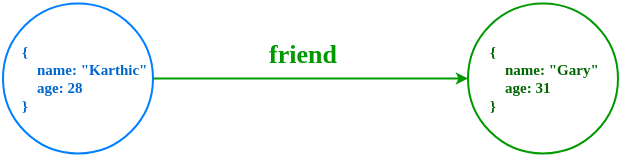
Before: 1-getting-started/assets/graph-1.png, a diagram exported from draw.io (dgraph-io/workshop). Source tidied: cells renumbered, new cells last; positions are measured from the earlier drawing's top-left corner, leaving out a move shared by most shapes.
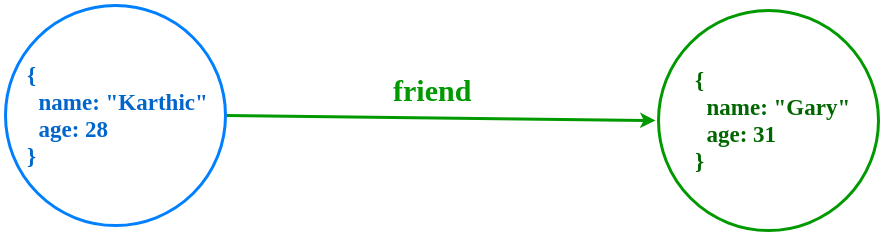
Later version of the same file.

The edit, as a diff of the source:
```diff
@@ -2,25 +2,25 @@
   <root>
     <mxCell id="0" />
     <mxCell id="1" parent="0" />
-    <mxCell id="2" style="ellipse;whiteSpace=wrap;html=1;labelBorderColor=#FF0000;labelBackgroundColor=#ffffff;strokeColor=#009900;strokeWidth=2;" parent="1" vertex="1">
-      <mxGeometry x="465.5" width="150" height="150" as="geometry" />
-    </mxCell>
-    <mxCell id="3" style="ellipse;whiteSpace=wrap;html=1;fontColor=#FF0000;labelBorderColor=#FF0000;labelBackgroundColor=#ffffff;strokeWidth=2;strokeColor=#007FFF;" parent="1" vertex="1">
-      <mxGeometry x="0.5" width="150" height="150" as="geometry" />
-    </mxCell>
+    <mxCell id="8" style="endArrow=classic;html=1;strokeColor=#009900;strokeWidth=3;fontFamily=Verdana;fontSize=35;fontColor=#0066CC;exitX=1;exitY=0.5;exitDx=0;exitDy=0;" parent="1" edge="1" source="10">
+      <mxGeometry relative="1" as="geometry">
+        <mxPoint x="849" y="45" as="targetPoint" />
+      </mxGeometry>
+    </mxCell>
+    <mxCell id="9" style="ellipse;whiteSpace=wrap;html=1;labelBorderColor=#FF0000;labelBackgroundColor=#ffffff;strokeColor=#009900;strokeWidth=3;" parent="1" vertex="1">
+      <mxGeometry x="852" y="-65" width="220" height="220" as="geometry" />
+    </mxCell>
+    <mxCell id="10" style="ellipse;whiteSpace=wrap;html=1;fontColor=#FF0000;labelBorderColor=#FF0000;labelBackgroundColor=#ffffff;strokeWidth=3;strokeColor=#007FFF;" parent="1" vertex="1">
+      <mxGeometry x="199" y="-70" width="220" height="220" as="geometry" />
+    </mxCell>
-    <mxCell id="4" value="&lt;p&gt;&lt;font style=&quot;font-size: 26px&quot;&gt;&lt;b&gt;friend&lt;/b&gt;&lt;/font&gt;&lt;/p&gt;" style="text;html=1;align=center;verticalAlign=middle;fillColor=none;strokeColor=none;rounded=0;fontFamily=Verdana;fontStyle=0;fontColor=#009900;labelBackgroundColor=none;labelBorderColor=none;" parent="1" vertex="1">
-      <mxGeometry x="260.5" y="25" width="80" height="50" as="geometry" />
+    <mxCell id="4" value="&lt;p&gt;&lt;font size=&quot;1&quot;&gt;&lt;b style=&quot;font-size: 30px&quot;&gt;friend&lt;/b&gt;&lt;/font&gt;&lt;/p&gt;" style="text;html=1;align=center;verticalAlign=middle;fillColor=none;strokeColor=none;rounded=0;fontFamily=Verdana;fontStyle=0;fontColor=#009900;labelBackgroundColor=none;labelBorderColor=none;strokeWidth=3;" parent="1" vertex="1">
+      <mxGeometry x="580.5" y="-10" width="90" height="50" as="geometry" />
     </mxCell>
-    <mxCell id="5" value="{&lt;br style=&quot;font-size: 15px;&quot;&gt;&amp;nbsp; &amp;nbsp; name: &quot;Karthic&quot;&lt;br style=&quot;font-size: 15px;&quot;&gt;&amp;nbsp; &amp;nbsp; age: 28&lt;br style=&quot;font-size: 15px;&quot;&gt;}" style="text;html=1;align=left;verticalAlign=middle;fillColor=none;strokeColor=none;rounded=0;labelBackgroundColor=none;fontFamily=Verdana;fontSize=15;fontColor=#0066CC;fontStyle=1;" parent="1" vertex="1">
-      <mxGeometry x="17.5" y="35" width="140" height="80" as="geometry" />
+    <mxCell id="5" value="&lt;font style=&quot;font-size: 23px&quot;&gt;{&lt;br style=&quot;font-size: 23px;&quot;&gt;&amp;nbsp; name: &quot;Karthic&quot;&lt;br style=&quot;font-size: 23px;&quot;&gt;&amp;nbsp; age: 28&lt;br style=&quot;font-size: 23px;&quot;&gt;}&lt;/font&gt;" style="text;html=1;align=left;verticalAlign=middle;fillColor=none;strokeColor=none;rounded=0;labelBackgroundColor=none;fontFamily=Verdana;fontSize=23;fontColor=#0066CC;fontStyle=1;strokeWidth=3;" parent="1" vertex="1">
+      <mxGeometry x="219" y="-5" width="180" height="90" as="geometry" />
     </mxCell>
-    <mxCell id="6" value="{&lt;br style=&quot;font-size: 15px;&quot;&gt;&amp;nbsp; &amp;nbsp; name: &quot;Gary&quot;&lt;br style=&quot;font-size: 15px;&quot;&gt;&amp;nbsp; &amp;nbsp; age: 31&lt;br style=&quot;font-size: 15px;&quot;&gt;}" style="text;html=1;align=left;verticalAlign=middle;fillColor=none;strokeColor=none;rounded=0;labelBackgroundColor=none;fontFamily=Verdana;fontSize=15;fontColor=#006600;fontStyle=1;" parent="1" vertex="1">
-      <mxGeometry x="485.5" y="35" width="120" height="80" as="geometry" />
+    <mxCell id="6" value="&lt;font style=&quot;font-size: 23px&quot;&gt;{&lt;br style=&quot;font-size: 23px;&quot;&gt;&amp;nbsp; name: &quot;Gary&quot;&lt;br style=&quot;font-size: 23px;&quot;&gt;&amp;nbsp; age: 31&lt;br style=&quot;font-size: 23px;&quot;&gt;}&lt;/font&gt;" style="text;html=1;align=left;verticalAlign=middle;fillColor=none;strokeColor=none;rounded=0;labelBackgroundColor=none;fontFamily=Verdana;fontSize=23;fontColor=#006600;fontStyle=1;strokeWidth=3;" parent="1" vertex="1">
+      <mxGeometry x="887" width="150" height="90" as="geometry" />
     </mxCell>
-    <mxCell id="7" style="endArrow=classic;html=1;strokeColor=#009900;strokeWidth=2;fontFamily=Verdana;fontSize=35;fontColor=#0066CC;" parent="1" edge="1" target="2">
-      <mxGeometry relative="1" as="geometry">
-        <mxPoint x="150.5" y="75" as="sourcePoint" />
-      </mxGeometry>
-    </mxCell>
   </root>
 </mxGraphModel>
```
